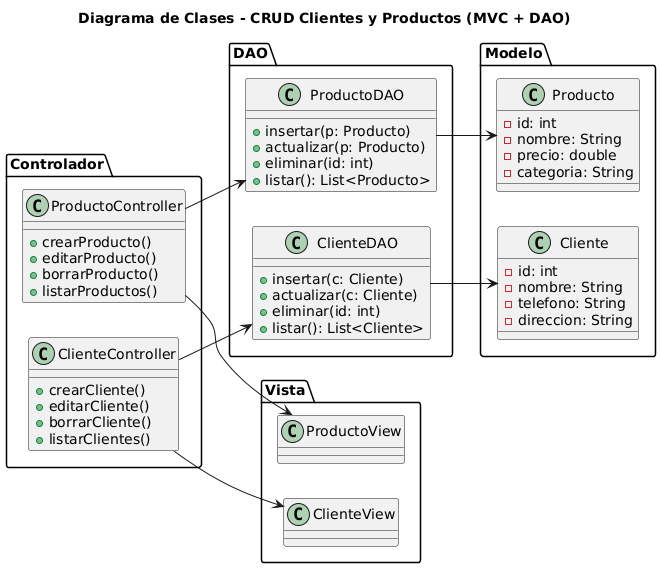
The PlantUML diagram Diagramas/Diagrama de clases.png in NobodyyOn/MetricsCRUD, before a commit.
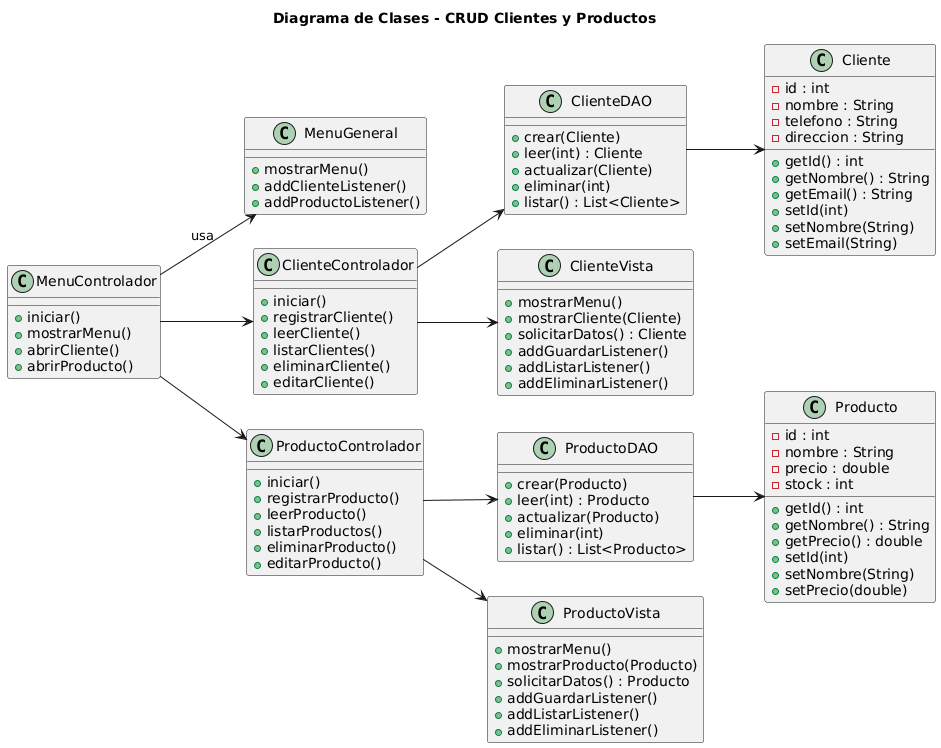
After the commit.

The edit, as a diff of the source:
```diff
@@ -1,65 +1,110 @@
 @startuml
-title Diagrama de Clases - CRUD Clientes y Productos (MVC + DAO)
+title Diagrama de Clases - CRUD Clientes y Productos
+
 left to right direction
 
-package "Modelo" {
-    class Cliente {
-        - id: int
-        - nombre: String
-        - telefono: String
-        - direccion: String
-    }
-
-    class Producto {
-        - id: int
-        - nombre: String
-        - precio: double
-        - categoria: String
-    }
+class MenuControlador {
+    +iniciar()
+    +mostrarMenu()
+    +abrirCliente()
+    +abrirProducto()
+}
+class MenuGeneral {
+    +mostrarMenu()
+    +addClienteListener()
+    +addProductoListener()
 }
 
-package "DAO" {
-    class ClienteDAO {
-        + insertar(c: Cliente)
-        + actualizar(c: Cliente)
-        + eliminar(id: int)
-        + listar(): List<Cliente>
-    }
+MenuControlador --> MenuGeneral : usa
 
-    class ProductoDAO {
-        + insertar(p: Producto)
-        + actualizar(p: Producto)
-        + eliminar(id: int)
-        + listar(): List<Producto>
-    }
+
+class Cliente {
+    -id : int
+    -nombre : String
+    -telefono : String
+    -direccion : String
+    +getId() : int
+    +getNombre() : String
+    +getEmail() : String
+    +setId(int)
+    +setNombre(String)
+    +setEmail(String)
 }
 
-package "Controlador" {
-    class ClienteController {
-        + crearCliente()
-        + editarCliente()
-        + borrarCliente()
-        + listarClientes()
-    }
-
-    class ProductoController {
-        + crearProducto()
-        + editarProducto()
-        + borrarProducto()
-        + listarProductos()
-    }
+class ClienteDAO {
+    +crear(Cliente)
+    +leer(int) : Cliente
+    +actualizar(Cliente)
+    +eliminar(int)
+    +listar() : List<Cliente>
 }
 
-package "Vista" {
-    class ClienteView
-    class ProductoView
+class ClienteVista {
+    +mostrarMenu()
+    +mostrarCliente(Cliente)
+    +solicitarDatos() : Cliente
+    +addGuardarListener()
+    +addListarListener()
+    +addEliminarListener()
 }
 
-ClienteController --> ClienteDAO
-ClienteController --> ClienteView
+class ClienteControlador {
+    +iniciar()
+    +registrarCliente()
+    +leerCliente()
+    +listarClientes()
+    +eliminarCliente()
+    +editarCliente()
+}
+
+ClienteControlador --> ClienteVista
+ClienteControlador --> ClienteDAO
 ClienteDAO --> Cliente
 
-ProductoController --> ProductoDAO
-ProductoController --> ProductoView
+
+class Producto {
+    -id : int
+    -nombre : String
+    -precio : double
+    -stock : int
+    +getId() : int
+    +getNombre() : String
+    +getPrecio() : double
+    +setId(int)
+    +setNombre(String)
+    +setPrecio(double)
+}
+
+class ProductoDAO {
+    +crear(Producto)
+    +leer(int) : Producto
+    +actualizar(Producto)
+    +eliminar(int)
+    +listar() : List<Producto>
+}
+
+class ProductoVista {
+    +mostrarMenu()
+    +mostrarProducto(Producto)
+    +solicitarDatos() : Producto
+    +addGuardarListener()
+    +addListarListener()
+    +addEliminarListener()
+}
+
+class ProductoControlador {
+    +iniciar()
+    +registrarProducto()
+    +leerProducto()
+    +listarProductos()
+    +eliminarProducto()
+    +editarProducto()
+}
+
+ProductoControlador --> ProductoVista
+ProductoControlador --> ProductoDAO
 ProductoDAO --> Producto
+
+MenuControlador --> ClienteControlador
+MenuControlador --> ProductoControlador
 @enduml
```
